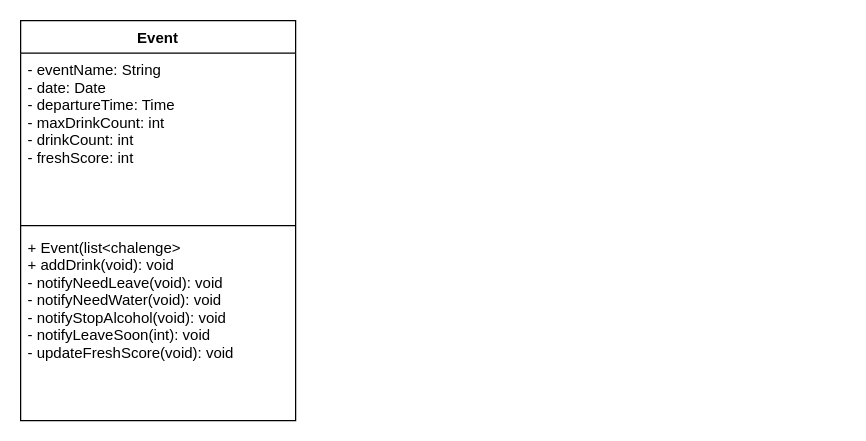
Above: Untitled Diagram.drawio in claragbl/GaubilBerchicheMainguyCPOf (draw.io), before the change. Source tidied: cells renumbered, new cells numbered last; positions are measured from the earlier drawing's top-left corner, leaving out a move shared by most shapes. Both pictures are drawn from the tidied source at 125%, with x=0, y=0 at pixel (20, 20).
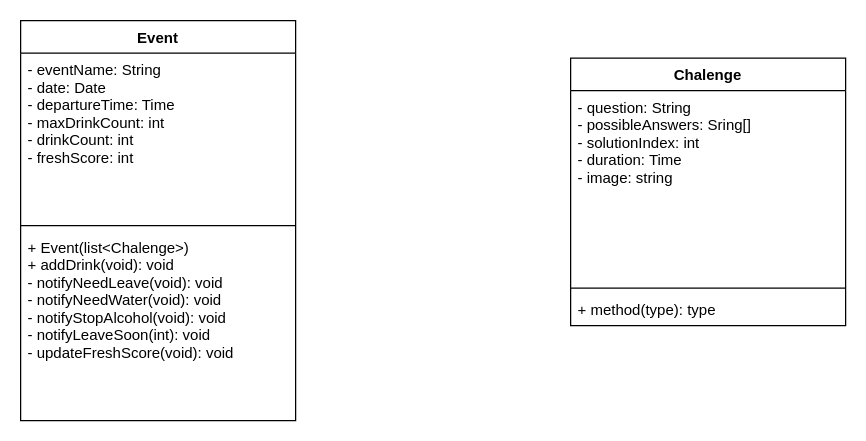
After the change.

Commit message:
Class Diagram: add Chalenge class

What changed in the source:
```diff
@@
 <mxGraphModel>
   <root>
     <mxCell id="0" />
     <mxCell id="1" parent="0" />
     <mxCell id="2" value="Event" style="swimlane;fontStyle=1;align=center;verticalAlign=top;horizontal=1;startSize=26;" parent="1" vertex="1">
       <mxGeometry width="220" height="320" as="geometry" />
     </mxCell>
     <mxCell id="3" value="- eventName: String&#10;- date: Date&#10;- departureTime: Time&#10;- maxDrinkCount: int&#10;- drinkCount: int&#10;- freshScore: int&#10;&#10;" style="text;strokeColor=none;fillColor=none;align=left;verticalAlign=top;spacingLeft=4;spacingRight=4;overflow=hidden;" parent="2" vertex="1">
       <mxGeometry y="26" width="220" height="134" as="geometry" />
     </mxCell>
     <mxCell id="4" style="line;strokeWidth=1;fillColor=none;align=left;verticalAlign=middle;spacingTop=-1;spacingLeft=3;spacingRight=3;labelPosition=right;" parent="2" vertex="1">
       <mxGeometry y="160" width="220" height="8" as="geometry" />
     </mxCell>
-    <mxCell id="5" value="+ Event(list&lt;chalenge&gt;&#10;+ addDrink(void): void&#10;- notifyNeedLeave(void): void&#10;- notifyNeedWater(void): void&#10;- notifyStopAlcohol(void): void&#10;- notifyLeaveSoon(int): void&#10;- updateFreshScore(void): void" style="text;strokeColor=none;fillColor=none;align=left;verticalAlign=top;spacingLeft=4;spacingRight=4;overflow=hidden;" parent="2" vertex="1">
+    <mxCell id="5" value="+ Event(list&lt;Chalenge&gt;)&#10;+ addDrink(void): void&#10;- notifyNeedLeave(void): void&#10;- notifyNeedWater(void): void&#10;- notifyStopAlcohol(void): void&#10;- notifyLeaveSoon(int): void&#10;- updateFreshScore(void): void" style="text;strokeColor=none;fillColor=none;align=left;verticalAlign=top;spacingLeft=4;spacingRight=4;overflow=hidden;" parent="2" vertex="1">
       <mxGeometry y="168" width="220" height="152" as="geometry" />
     </mxCell>
+    <mxCell id="6" value="Chalenge" style="swimlane;fontStyle=1;align=center;verticalAlign=top;horizontal=1;startSize=26;" parent="1" vertex="1">
+      <mxGeometry x="440" y="30" width="220" height="214" as="geometry" />
+    </mxCell>
+    <mxCell id="7" value="- question: String&#10;- possibleAnswers: Sring[]&#10;- solutionIndex: int&#10;- duration: Time&#10;- image: string&#10;" style="text;strokeColor=none;fillColor=none;align=left;verticalAlign=top;spacingLeft=4;spacingRight=4;overflow=hidden;" parent="6" vertex="1">
+      <mxGeometry y="26" width="220" height="154" as="geometry" />
+    </mxCell>
+    <mxCell id="8" style="line;strokeWidth=1;fillColor=none;align=left;verticalAlign=middle;spacingTop=-1;spacingLeft=3;spacingRight=3;labelPosition=right;" parent="6" vertex="1">
+      <mxGeometry y="180" width="220" height="8" as="geometry" />
+    </mxCell>
+    <mxCell id="9" value="+ method(type): type" style="text;strokeColor=none;fillColor=none;align=left;verticalAlign=top;spacingLeft=4;spacingRight=4;overflow=hidden;" parent="6" vertex="1">
+      <mxGeometry y="188" width="220" height="26" as="geometry" />
+    </mxCell>
   </root>
 </mxGraphModel>
```
